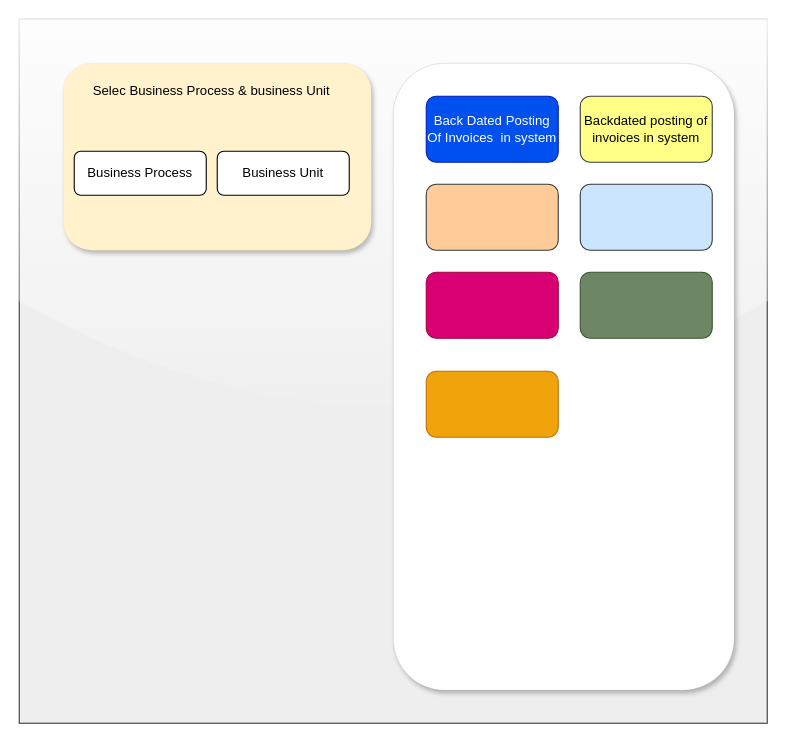
This is Untitled Diagram.drawio from AvikM1996/draw.io, a draw.io file, before an edit. Source tidied: cells renumbered, new cells numbered last; positions are measured from the earlier drawing's top-left corner, leaving out a move shared by most shapes. Both pictures are drawn from the tidied source at 110%, with x=0, y=0 at pixel (19, 19).
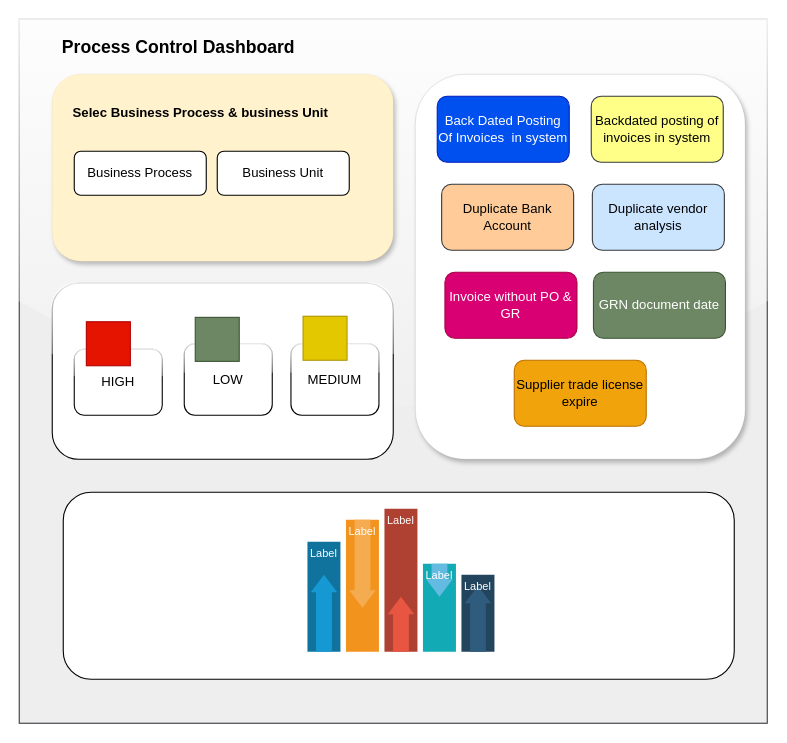
The same diagram, later.

The edit, as a diff of the source:
```diff
@@
     <mxCell id="3" style="rounded=1;whiteSpace=wrap;html=1;fillColor=#fff2cc;strokeColor=#d6b656;shadow=1;strokeWidth=0;" parent="1" vertex="1">
-      <mxGeometry x="40" y="40" width="280" height="170" as="geometry" />
+      <mxGeometry x="30" y="50" width="310" height="170" as="geometry" />
     </mxCell>
-    <mxCell id="4" value="Selec Business Process &amp;amp; business Unit" style="text;html=1;align=center;verticalAlign=middle;whiteSpace=wrap;rounded=0;" parent="1" vertex="1">
-      <mxGeometry x="50" y="50" width="250" height="30" as="geometry" />
+    <mxCell id="4" value="Selec Business Process &amp;amp; business Unit" style="text;html=1;align=center;verticalAlign=middle;whiteSpace=wrap;rounded=0;fontStyle=1;" parent="1" vertex="1">
+      <mxGeometry x="40" y="70" width="250" height="30" as="geometry" />
     </mxCell>
@@
     <mxCell id="7" style="rounded=1;whiteSpace=wrap;html=1;strokeWidth=0;shadow=1;" parent="1" vertex="1">
-      <mxGeometry x="340" y="40" width="310" height="570" as="geometry" />
+      <mxGeometry x="360" y="50" width="300" height="350" as="geometry" />
     </mxCell>
     <mxCell id="8" value="Back Dated Posting Of Invoices&amp;nbsp; in system" style="rounded=1;whiteSpace=wrap;html=1;fillColor=#0050ef;strokeColor=#001DBC;fontColor=#ffffff;" parent="1" vertex="1">
-      <mxGeometry x="370" y="70" width="120" height="60" as="geometry" />
+      <mxGeometry x="380" y="70" width="120" height="60" as="geometry" />
     </mxCell>
     <mxCell id="9" value="Backdated posting of invoices in system" style="rounded=1;whiteSpace=wrap;html=1;fillColor=#ffff88;strokeColor=#36393d;" parent="1" vertex="1">
-      <mxGeometry x="510" y="70" width="120" height="60" as="geometry" />
+      <mxGeometry x="520" y="70" width="120" height="60" as="geometry" />
     </mxCell>
-    <mxCell id="10" style="rounded=1;whiteSpace=wrap;html=1;fillColor=#ffcc99;strokeColor=#36393d;" parent="1" vertex="1">
-      <mxGeometry x="370" y="150" width="120" height="60" as="geometry" />
+    <mxCell id="10" value="Duplicate Bank Account" style="rounded=1;whiteSpace=wrap;html=1;fillColor=#ffcc99;strokeColor=#36393d;" parent="1" vertex="1">
+      <mxGeometry x="384" y="150" width="120" height="60" as="geometry" />
     </mxCell>
-    <mxCell id="11" style="rounded=1;whiteSpace=wrap;html=1;fillColor=#cce5ff;strokeColor=#36393d;" parent="1" vertex="1">
-      <mxGeometry x="510" y="150" width="120" height="60" as="geometry" />
+    <mxCell id="11" value="Duplicate vendor analysis" style="rounded=1;whiteSpace=wrap;html=1;fillColor=#cce5ff;strokeColor=#36393d;" parent="1" vertex="1">
+      <mxGeometry x="521" y="150" width="120" height="60" as="geometry" />
     </mxCell>
-    <mxCell id="12" style="rounded=1;whiteSpace=wrap;html=1;fillColor=#d80073;fontColor=#ffffff;strokeColor=#A50040;" parent="1" vertex="1">
-      <mxGeometry x="370" y="230" width="120" height="60" as="geometry" />
+    <mxCell id="12" value="Invoice without PO &amp;amp; GR" style="rounded=1;whiteSpace=wrap;html=1;fillColor=#d80073;fontColor=#ffffff;strokeColor=#A50040;" parent="1" vertex="1">
+      <mxGeometry x="387" y="230" width="120" height="60" as="geometry" />
     </mxCell>
-    <mxCell id="13" style="rounded=1;whiteSpace=wrap;html=1;fillColor=#6d8764;fontColor=#ffffff;strokeColor=#3A5431;" parent="1" vertex="1">
-      <mxGeometry x="510" y="230" width="120" height="60" as="geometry" />
+    <mxCell id="13" value="GRN document date" style="rounded=1;whiteSpace=wrap;html=1;fillColor=#6d8764;fontColor=#ffffff;strokeColor=#3A5431;" parent="1" vertex="1">
+      <mxGeometry x="522" y="230" width="120" height="60" as="geometry" />
     </mxCell>
-    <mxCell id="14" style="rounded=1;whiteSpace=wrap;html=1;fillColor=#f0a30a;fontColor=#000000;strokeColor=#BD7000;" parent="1" vertex="1">
-      <mxGeometry x="370" y="320" width="120" height="60" as="geometry" />
+    <mxCell id="14" value="Supplier trade license expire" style="rounded=1;whiteSpace=wrap;html=1;fillColor=#f0a30a;fontColor=#000000;strokeColor=#BD7000;" parent="1" vertex="1">
+      <mxGeometry x="450" y="310" width="120" height="60" as="geometry" />
     </mxCell>
+    <mxCell id="15" style="rounded=1;whiteSpace=wrap;html=1;glass=1;" parent="1" vertex="1">
+      <mxGeometry x="30" y="240" width="310" height="160" as="geometry" />
+    </mxCell>
+    <mxCell id="16" value="HIGH" style="rounded=1;whiteSpace=wrap;html=1;glass=1;" parent="1" vertex="1">
+      <mxGeometry x="50" y="300" width="80" height="60" as="geometry" />
+    </mxCell>
+    <mxCell id="17" value="LOW" style="rounded=1;whiteSpace=wrap;html=1;glass=1;" parent="1" vertex="1">
+      <mxGeometry x="150" y="295" width="80" height="65" as="geometry" />
+    </mxCell>
+    <mxCell id="18" value="MEDIUM" style="rounded=1;whiteSpace=wrap;html=1;glass=1;" parent="1" vertex="1">
+      <mxGeometry x="247" y="295" width="80" height="65" as="geometry" />
+    </mxCell>
+    <mxCell id="19" style="rounded=0;whiteSpace=wrap;html=1;fillColor=#e51400;fontColor=#ffffff;strokeColor=#B20000;" parent="1" vertex="1">
+      <mxGeometry x="61" y="275" width="40" height="40" as="geometry" />
+    </mxCell>
+    <mxCell id="20" style="rounded=0;whiteSpace=wrap;html=1;fillColor=#6d8764;fontColor=#ffffff;strokeColor=#3A5431;" parent="1" vertex="1">
+      <mxGeometry x="160" y="271" width="40" height="40" as="geometry" />
+    </mxCell>
+    <mxCell id="21" style="rounded=0;whiteSpace=wrap;html=1;fillColor=#e3c800;fontColor=#000000;strokeColor=#B09500;" parent="1" vertex="1">
+      <mxGeometry x="258" y="270" width="40" height="40" as="geometry" />
+    </mxCell>
+    <mxCell id="22" style="rounded=1;whiteSpace=wrap;html=1;" parent="1" vertex="1">
+      <mxGeometry x="40" y="430" width="610" height="170" as="geometry" />
+    </mxCell>
+    <mxCell id="23" style="fillColor=#10739E;strokeColor=none;" parent="1" vertex="1">
+      <mxGeometry x="262" y="475" width="30" height="100" as="geometry" />
+    </mxCell>
+    <mxCell id="24" style="shape=mxgraph.arrows2.arrow;dy=0.4;dx=16;notch=0;direction=north;fillColor=#1699D3;strokeColor=none;" parent="23" vertex="1">
+      <mxGeometry x="3" y="30" width="24" height="70" as="geometry" />
+    </mxCell>
+    <mxCell id="25" value="Label" style="text;html=1;align=center;verticalAlign=middle;whiteSpace=wrap;fontColor=#FFFFFF;fontSize=10;strokeColor=none;fillColor=none;" parent="23" vertex="1">
+      <mxGeometry width="30" height="20" as="geometry" />
+    </mxCell>
+    <mxCell id="26" style="fillColor=#F2931E;strokeColor=none;" parent="1" vertex="1">
+      <mxGeometry x="297" y="455" width="30" height="120" as="geometry" />
+    </mxCell>
+    <mxCell id="27" style="shape=mxgraph.arrows2.arrow;dy=0.4;dx=16;notch=0;direction=south;fillColor=#F5AB50;strokeColor=none;" parent="26" vertex="1">
+      <mxGeometry x="3" width="24" height="80" as="geometry" />
+    </mxCell>
+    <mxCell id="28" value="Label" style="text;html=1;align=center;verticalAlign=middle;whiteSpace=wrap;fontColor=#FFFFFF;fontSize=10;strokeColor=none;fillColor=none;" parent="26" vertex="1">
+      <mxGeometry width="30" height="20" as="geometry" />
+    </mxCell>
+    <mxCell id="29" style="fillColor=#AE4132;strokeColor=none;" parent="1" vertex="1">
+      <mxGeometry x="332" y="445" width="30" height="130" as="geometry" />
+    </mxCell>
+    <mxCell id="30" style="shape=mxgraph.arrows2.arrow;dy=0.4;dx=16;notch=0;direction=north;fillColor=#E85642;strokeColor=none;" parent="29" vertex="1">
+      <mxGeometry x="3" y="80" width="24" height="50" as="geometry" />
+    </mxCell>
+    <mxCell id="31" value="Label" style="text;html=1;align=center;verticalAlign=middle;whiteSpace=wrap;fontColor=#FFFFFF;fontSize=10;strokeColor=none;fillColor=none;" parent="29" vertex="1">
+      <mxGeometry width="30" height="20" as="geometry" />
+    </mxCell>
+    <mxCell id="32" style="fillColor=#12AAB5;strokeColor=none;" parent="1" vertex="1">
+      <mxGeometry x="367" y="495" width="30" height="80" as="geometry" />
+    </mxCell>
+    <mxCell id="33" style="shape=mxgraph.arrows2.arrow;dy=0.4;dx=16;notch=0;direction=south;fillColor=#64BBE2;strokeColor=none;" parent="32" vertex="1">
+      <mxGeometry x="3" width="24" height="30" as="geometry" />
+    </mxCell>
+    <mxCell id="34" value="Label" style="text;html=1;align=center;verticalAlign=middle;whiteSpace=wrap;fontColor=#FFFFFF;fontSize=10;strokeColor=none;fillColor=none;" parent="32" vertex="1">
+      <mxGeometry width="30" height="20" as="geometry" />
+    </mxCell>
+    <mxCell id="35" style="fillColor=#23445D;strokeColor=none;" parent="1" vertex="1">
+      <mxGeometry x="402" y="505" width="30" height="70" as="geometry" />
+    </mxCell>
+    <mxCell id="36" style="shape=mxgraph.arrows2.arrow;dy=0.4;dx=16;notch=0;direction=north;fillColor=#2F5B7C;strokeColor=none;" parent="35" vertex="1">
+      <mxGeometry x="3" y="10" width="24" height="60" as="geometry" />
+    </mxCell>
+    <mxCell id="37" value="Label" style="text;html=1;align=center;verticalAlign=middle;whiteSpace=wrap;fontColor=#FFFFFF;fontSize=10;strokeColor=none;fillColor=none;" parent="35" vertex="1">
+      <mxGeometry width="30" height="20" as="geometry" />
+    </mxCell>
+    <mxCell id="38" value="Process Control Dashboard" style="text;html=1;align=center;verticalAlign=middle;whiteSpace=wrap;rounded=0;fontStyle=1;fontSize=16;" parent="1" vertex="1">
+      <mxGeometry x="20" y="10" width="250" height="30" as="geometry" />
+    </mxCell>
```
